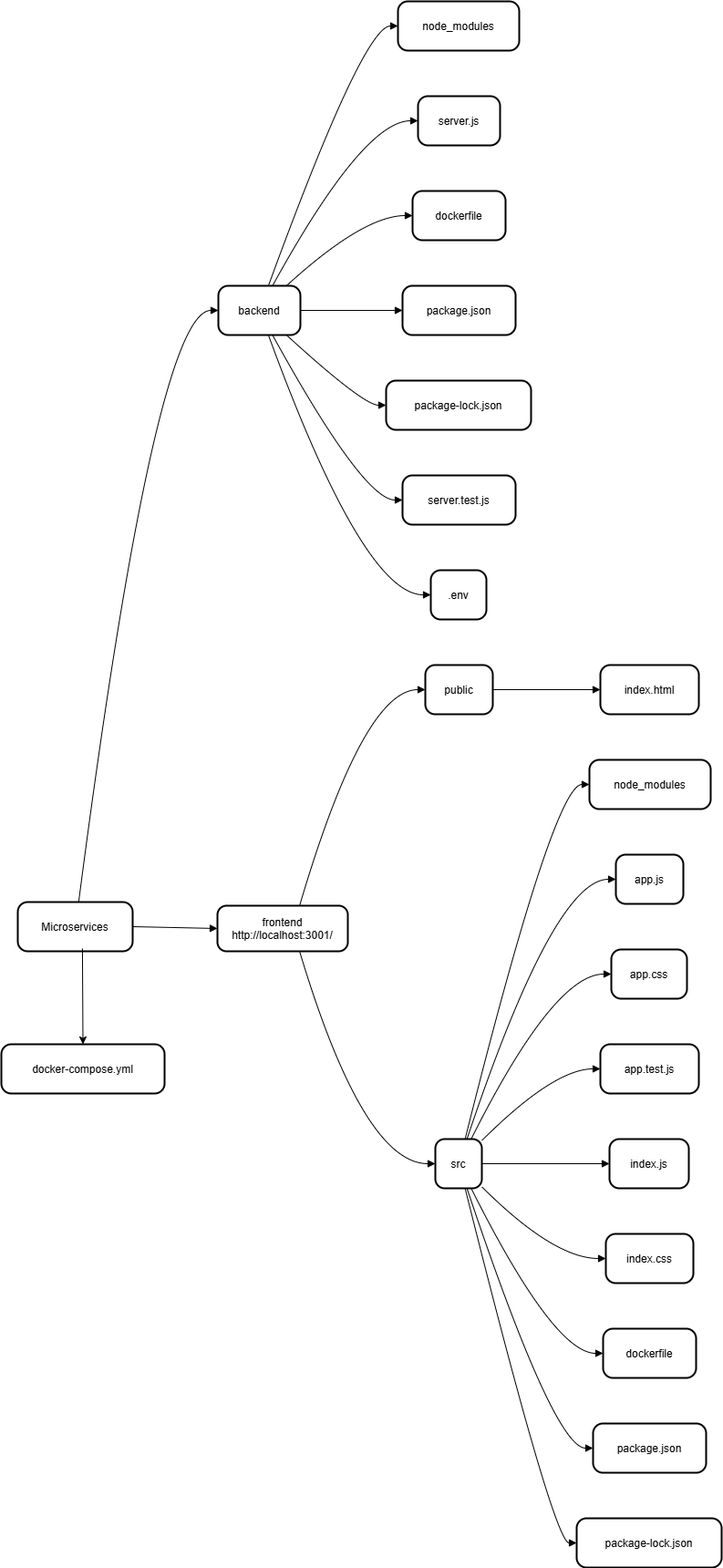
This is Microservices/images/MicroServices.drawio.png from ANANA1218/MicroServices, a draw.io export, as it was before one commit. Source tidied: cells renumbered, new cells last; positions are measured from the earlier drawing's top-left corner, leaving out a move shared by most shapes.
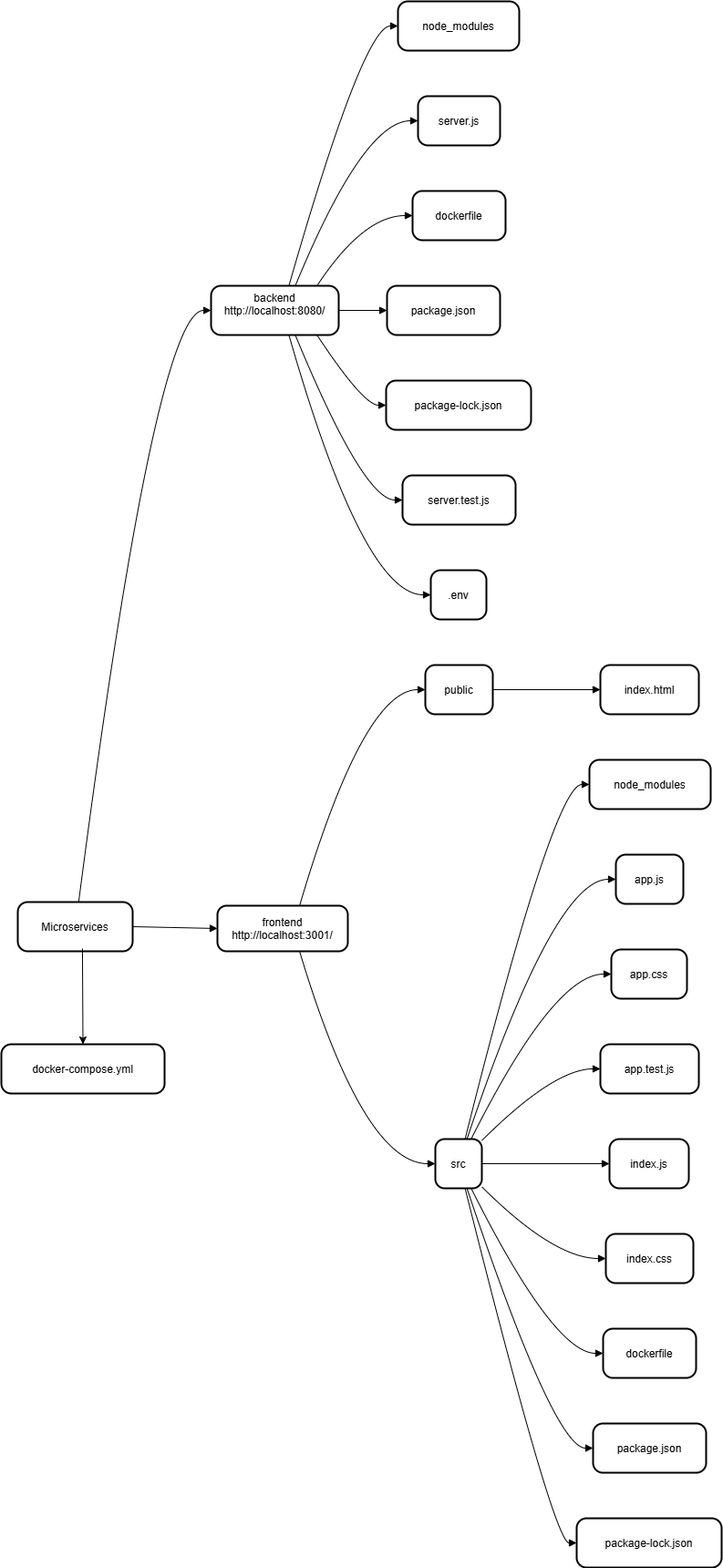
The same diagram one commit later.

Commit message:
Mettre à jour MicroServices.drawio.png

What changed in the source:
```diff
@@ -5,8 +5,8 @@
     <mxCell id="2" value="Microservices" style="rounded=1;arcSize=20;strokeWidth=2;" parent="1" vertex="1">
       <mxGeometry x="18" y="988" width="126" height="54" as="geometry" />
     </mxCell>
-    <mxCell id="3" value="backend" style="rounded=1;arcSize=20;strokeWidth=2;" parent="1" vertex="1">
-      <mxGeometry x="238" y="312" width="90" height="54" as="geometry" />
+    <mxCell id="3" value="backend&#10;http://localhost:8080/&#10;" style="rounded=1;arcSize=20;strokeWidth=2;" parent="1" vertex="1">
+      <mxGeometry x="230" y="312" width="140" height="54" as="geometry" />
     </mxCell>
     <mxCell id="4" value="node_modules" style="rounded=1;arcSize=20;strokeWidth=2;" parent="1" vertex="1">
       <mxGeometry x="435" width="133" height="54" as="geometry" />
@@ -18,7 +18,7 @@
       <mxGeometry x="451" y="208" width="102" height="54" as="geometry" />
     </mxCell>
     <mxCell id="7" value="package.json" style="rounded=1;arcSize=20;strokeWidth=2;" parent="1" vertex="1">
-      <mxGeometry x="440" y="312" width="124" height="54" as="geometry" />
+      <mxGeometry x="423" y="312" width="124" height="54" as="geometry" />
     </mxCell>
     <mxCell id="8" value="package-lock.json" style="rounded=1;arcSize=20;strokeWidth=2;" parent="1" vertex="1">
       <mxGeometry x="422" y="416" width="159" height="54" as="geometry" />
```
